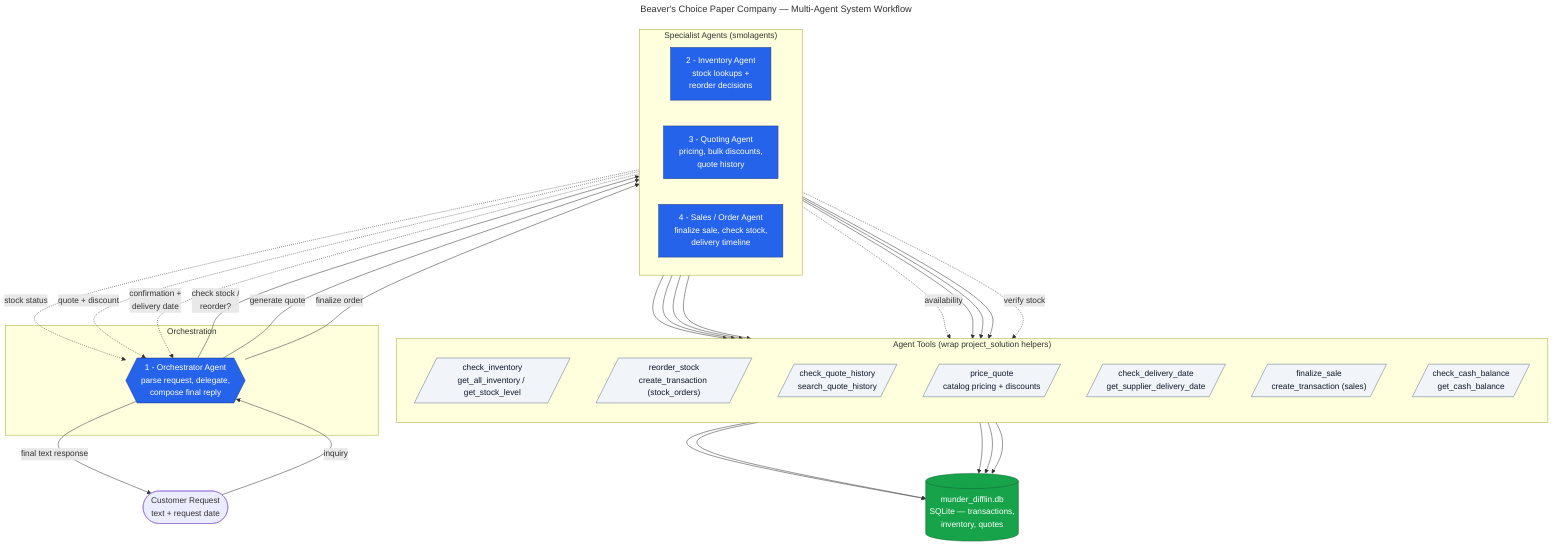
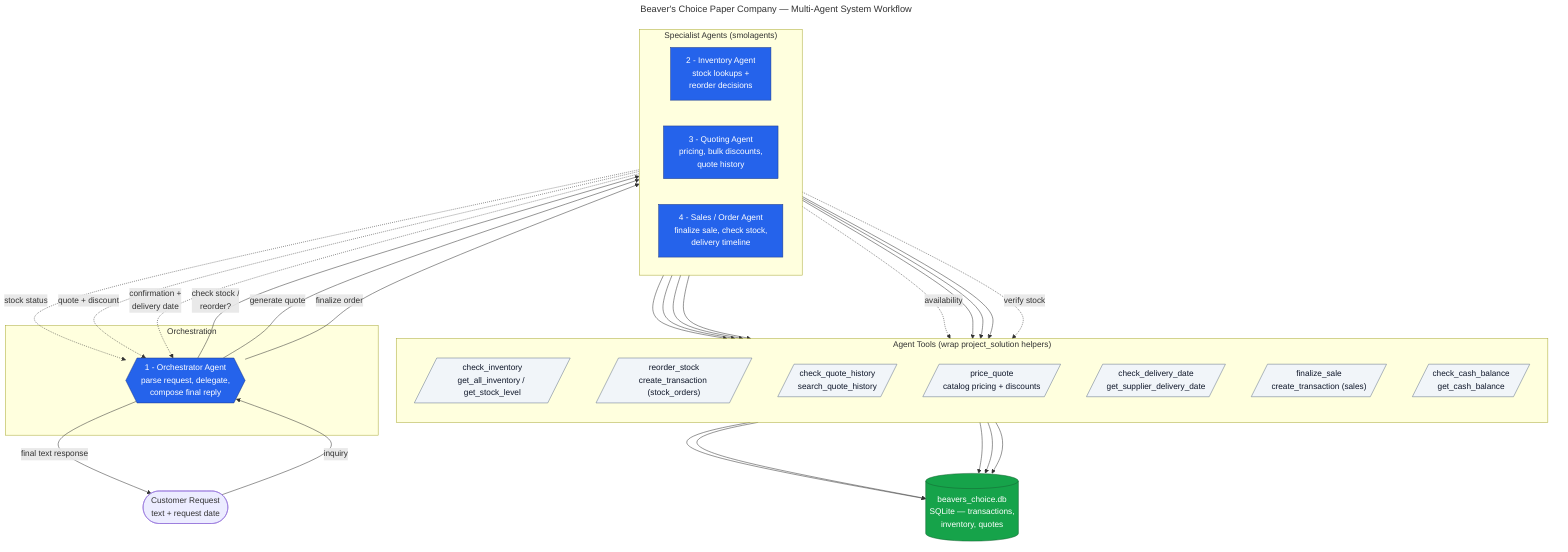
---
title: Beaver's Choice Paper Company — Multi-Agent System Workflow
---
flowchart TD
    Customer([Customer Request<br/>text + request date])

    subgraph Orch["Orchestration"]
        Orchestrator{{"1 - Orchestrator Agent<br/>parse request, delegate,<br/>compose final reply"}}
    end

    subgraph Agents["Specialist Agents (smolagents)"]
        direction LR
        Inventory["2 - Inventory Agent<br/>stock lookups +<br/>reorder decisions"]
        Quoting["3 - Quoting Agent<br/>pricing, bulk discounts,<br/>quote history"]
        Sales["4 - Sales / Order Agent<br/>finalize sale, check stock,<br/>delivery timeline"]
    end

    subgraph Tools["Agent Tools (wrap project_solution helpers)"]
        direction TB
        T1[/"check_inventory<br/>get_all_inventory / get_stock_level"/]
        T2[/"reorder_stock<br/>create_transaction (stock_orders)"/]
        T3[/"check_quote_history<br/>search_quote_history"/]
        T4[/"price_quote<br/>catalog pricing + discounts"/]
        T5[/"check_delivery_date<br/>get_supplier_delivery_date"/]
        T6[/"finalize_sale<br/>create_transaction (sales)"/]
        T7[/"check_cash_balance<br/>get_cash_balance"/]
    end

-     DB[("munder_difflin.db<br/>SQLite — transactions,<br/>inventory, quotes")]
+     DB[("beavers_choice.db<br/>SQLite — transactions,<br/>inventory, quotes")]

    %% Customer flow
    Customer -->|inquiry| Orchestrator

    %% Delegation
    Orchestrator -->|"check stock /<br/>reorder?"| Inventory
    Orchestrator -->|"generate quote"| Quoting
    Orchestrator -->|"finalize order"| Sales

    %% Inventory tools
    Inventory --> T1
    Inventory --> T2

    %% Quoting tools
    Quoting --> T3
    Quoting --> T4
    Quoting -.->|availability| T1

    %% Sales tools
    Sales --> T6
    Sales --> T5
    Sales --> T7
    Sales -.->|verify stock| T1

    %% Tools to DB
    T1 --> DB
    T2 --> DB
    T3 --> DB
    T6 --> DB
    T7 --> DB

    %% Responses back up
    Inventory -.->|stock status| Orchestrator
    Quoting -.->|quote + discount| Orchestrator
    Sales -.->|confirmation +<br/>delivery date| Orchestrator
    Orchestrator -->|"final text response"| Customer

    classDef agent fill:#2563eb,stroke:#1e3a8a,color:#fff;
    classDef tool fill:#f1f5f9,stroke:#64748b,color:#0f172a;
    classDef db fill:#16a34a,stroke:#166534,color:#fff;
    class Orchestrator,Inventory,Quoting,Sales agent;
    class T1,T2,T3,T4,T5,T6,T7 tool;
    class DB db;
